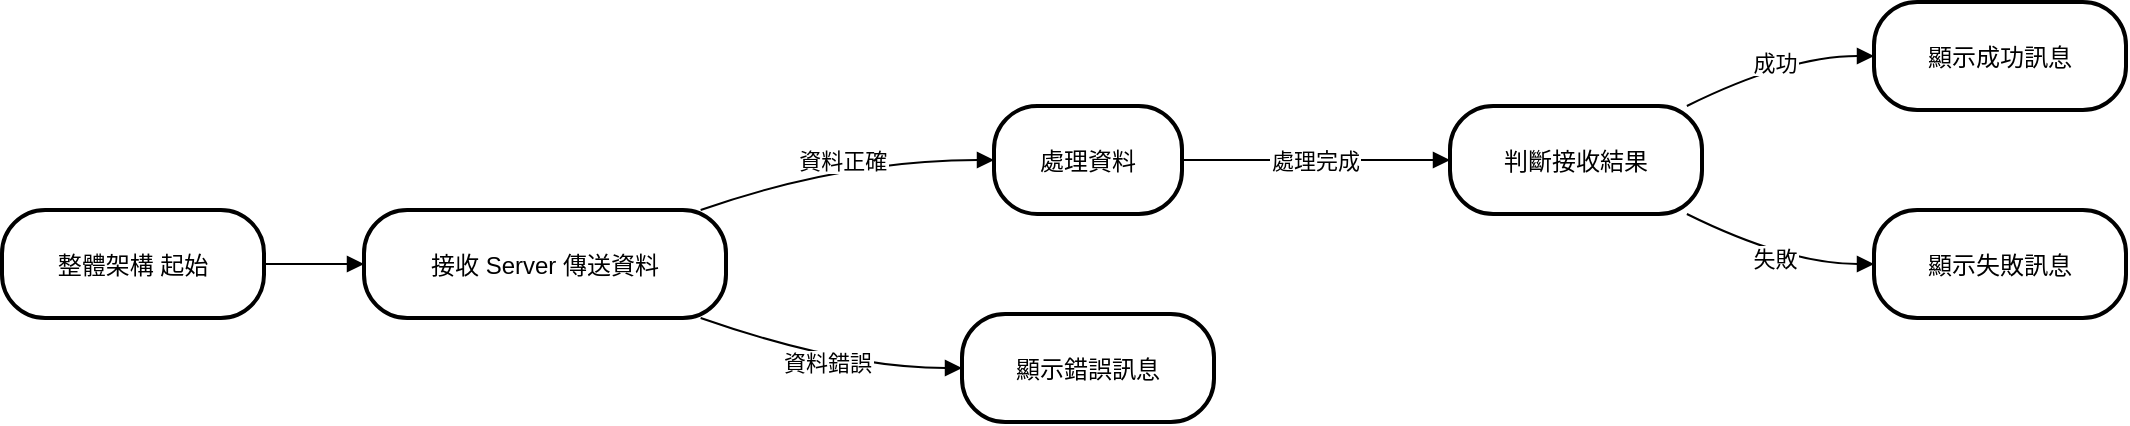
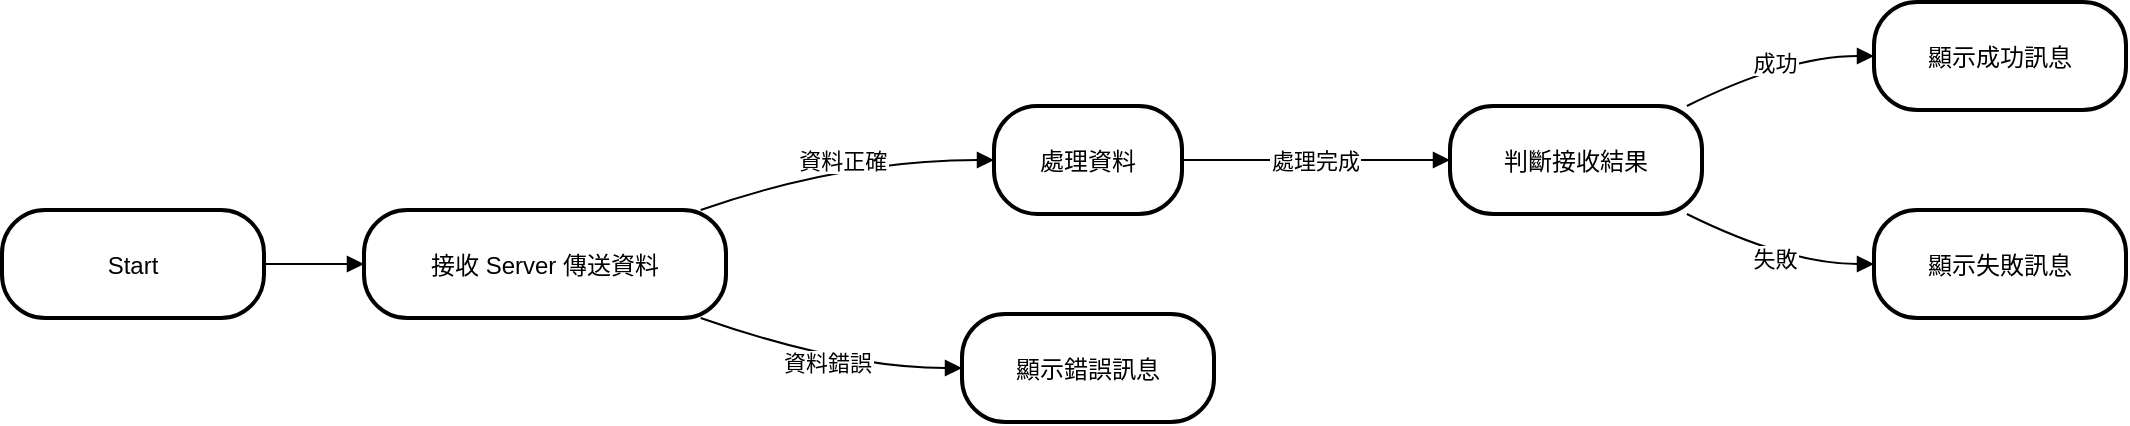
<mxfile host="app.diagrams.net" agent="Mozilla/5.0 (Windows NT 10.0; Win64; x64) AppleWebKit/537.36 (KHTML, like Gecko) Chrome/131.0.0.0 Safari/537.36" version="26.0.1">
  <diagram name="第 1 页" id="UEBIbAkwNvi9270jXavC">
-     <mxGraphModel>
+     <mxGraphModel dx="1434" dy="738" grid="1" gridSize="10" guides="1" tooltips="1" connect="1" arrows="1" fold="1" page="1" pageScale="1" pageWidth="827" pageHeight="1169" math="0" shadow="0">
      <root>
        <mxCell id="0" />
        <mxCell id="1" parent="0" />
-         <mxCell id="2" value="整體架構 起始" style="rounded=1;arcSize=40;strokeWidth=2" vertex="1" parent="1">
-           <mxGeometry x="8" y="112" width="131" height="54" as="geometry" />
+         <mxCell id="2" value="Start" style="rounded=1;arcSize=40;strokeWidth=2" parent="1" vertex="1">
+           <mxGeometry x="150" y="324" width="131" height="54" as="geometry" />
        </mxCell>
-         <mxCell id="3" value="接收 Server 傳送資料" style="rounded=1;arcSize=40;strokeWidth=2" vertex="1" parent="1">
-           <mxGeometry x="189" y="112" width="181" height="54" as="geometry" />
+         <mxCell id="3" value="接收 Server 傳送資料" style="rounded=1;arcSize=40;strokeWidth=2" parent="1" vertex="1">
+           <mxGeometry x="331" y="324" width="181" height="54" as="geometry" />
        </mxCell>
-         <mxCell id="4" value="處理資料" style="rounded=1;arcSize=40;strokeWidth=2" vertex="1" parent="1">
-           <mxGeometry x="504" y="60" width="94" height="54" as="geometry" />
+         <mxCell id="4" value="處理資料" style="rounded=1;arcSize=40;strokeWidth=2" parent="1" vertex="1">
+           <mxGeometry x="646" y="272" width="94" height="54" as="geometry" />
        </mxCell>
-         <mxCell id="5" value="顯示錯誤訊息" style="rounded=1;arcSize=40;strokeWidth=2" vertex="1" parent="1">
-           <mxGeometry x="488" y="164" width="126" height="54" as="geometry" />
+         <mxCell id="5" value="顯示錯誤訊息" style="rounded=1;arcSize=40;strokeWidth=2" parent="1" vertex="1">
+           <mxGeometry x="630" y="376" width="126" height="54" as="geometry" />
        </mxCell>
-         <mxCell id="6" value="判斷接收結果" style="rounded=1;arcSize=40;strokeWidth=2" vertex="1" parent="1">
-           <mxGeometry x="732" y="60" width="126" height="54" as="geometry" />
+         <mxCell id="6" value="判斷接收結果" style="rounded=1;arcSize=40;strokeWidth=2" parent="1" vertex="1">
+           <mxGeometry x="874" y="272" width="126" height="54" as="geometry" />
        </mxCell>
-         <mxCell id="7" value="顯示成功訊息" style="rounded=1;arcSize=40;strokeWidth=2" vertex="1" parent="1">
-           <mxGeometry x="944" y="8" width="126" height="54" as="geometry" />
+         <mxCell id="7" value="顯示成功訊息" style="rounded=1;arcSize=40;strokeWidth=2" parent="1" vertex="1">
+           <mxGeometry x="1086" y="220" width="126" height="54" as="geometry" />
        </mxCell>
-         <mxCell id="8" value="顯示失敗訊息" style="rounded=1;arcSize=40;strokeWidth=2" vertex="1" parent="1">
-           <mxGeometry x="944" y="112" width="126" height="54" as="geometry" />
+         <mxCell id="8" value="顯示失敗訊息" style="rounded=1;arcSize=40;strokeWidth=2" parent="1" vertex="1">
+           <mxGeometry x="1086" y="324" width="126" height="54" as="geometry" />
        </mxCell>
-         <mxCell id="9" value="" style="curved=1;startArrow=none;endArrow=block;exitX=1;exitY=0.5;entryX=0;entryY=0.5;" edge="1" parent="1" source="2" target="3">
+         <mxCell id="9" value="" style="curved=1;startArrow=none;endArrow=block;exitX=1;exitY=0.5;entryX=0;entryY=0.5;" parent="1" source="2" target="3" edge="1">
          <mxGeometry relative="1" as="geometry">
            <Array as="points" />
          </mxGeometry>
        </mxCell>
-         <mxCell id="10" value="資料正確" style="curved=1;startArrow=none;endArrow=block;exitX=0.93;exitY=0;entryX=0;entryY=0.5;" edge="1" parent="1" source="3" target="4">
+         <mxCell id="10" value="資料正確" style="curved=1;startArrow=none;endArrow=block;exitX=0.93;exitY=0;entryX=0;entryY=0.5;" parent="1" source="3" target="4" edge="1">
          <mxGeometry relative="1" as="geometry">
            <Array as="points">
-               <mxPoint x="429" y="87" />
+               <mxPoint x="571" y="299" />
            </Array>
          </mxGeometry>
        </mxCell>
-         <mxCell id="11" value="資料錯誤" style="curved=1;startArrow=none;endArrow=block;exitX=0.93;exitY=1;entryX=0;entryY=0.5;" edge="1" parent="1" source="3" target="5">
+         <mxCell id="11" value="資料錯誤" style="curved=1;startArrow=none;endArrow=block;exitX=0.93;exitY=1;entryX=0;entryY=0.5;" parent="1" source="3" target="5" edge="1">
          <mxGeometry relative="1" as="geometry">
            <Array as="points">
-               <mxPoint x="429" y="191" />
+               <mxPoint x="571" y="403" />
            </Array>
          </mxGeometry>
        </mxCell>
-         <mxCell id="12" value="處理完成" style="curved=1;startArrow=none;endArrow=block;exitX=1;exitY=0.5;entryX=0;entryY=0.5;" edge="1" parent="1" source="4" target="6">
+         <mxCell id="12" value="處理完成" style="curved=1;startArrow=none;endArrow=block;exitX=1;exitY=0.5;entryX=0;entryY=0.5;" parent="1" source="4" target="6" edge="1">
          <mxGeometry relative="1" as="geometry">
            <Array as="points" />
          </mxGeometry>
        </mxCell>
-         <mxCell id="13" value="成功" style="curved=1;startArrow=none;endArrow=block;exitX=0.94;exitY=0;entryX=0;entryY=0.5;" edge="1" parent="1" source="6" target="7">
+         <mxCell id="13" value="成功" style="curved=1;startArrow=none;endArrow=block;exitX=0.94;exitY=0;entryX=0;entryY=0.5;" parent="1" source="6" target="7" edge="1">
          <mxGeometry relative="1" as="geometry">
            <Array as="points">
-               <mxPoint x="901" y="35" />
+               <mxPoint x="1043" y="247" />
            </Array>
          </mxGeometry>
        </mxCell>
-         <mxCell id="14" value="失敗" style="curved=1;startArrow=none;endArrow=block;exitX=0.94;exitY=1;entryX=0;entryY=0.5;" edge="1" parent="1" source="6" target="8">
+         <mxCell id="14" value="失敗" style="curved=1;startArrow=none;endArrow=block;exitX=0.94;exitY=1;entryX=0;entryY=0.5;" parent="1" source="6" target="8" edge="1">
          <mxGeometry relative="1" as="geometry">
            <Array as="points">
-               <mxPoint x="901" y="139" />
+               <mxPoint x="1043" y="351" />
            </Array>
          </mxGeometry>
        </mxCell>
      </root>
    </mxGraphModel>
  </diagram>
</mxfile>
